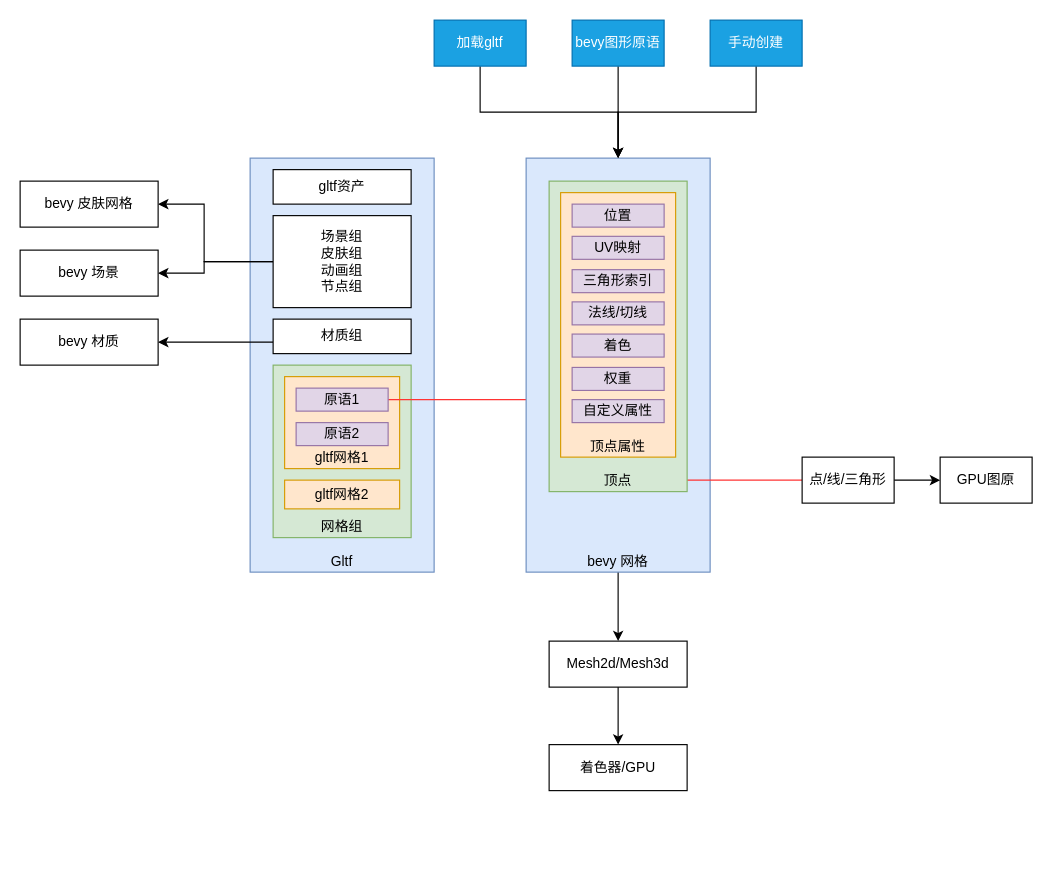
topkg/graph keeps this draw.io diagram as page "gltf" (4 of 4) of bevy-0.17.drawio. Above is the earlier version. Source tidied: cells renumbered, new cells numbered last; positions are measured from the earlier drawing's top-left corner, leaving out a move shared by most shapes. Both pictures are drawn from the tidied source at 115%, with x=0, y=0 at pixel (20, 20).
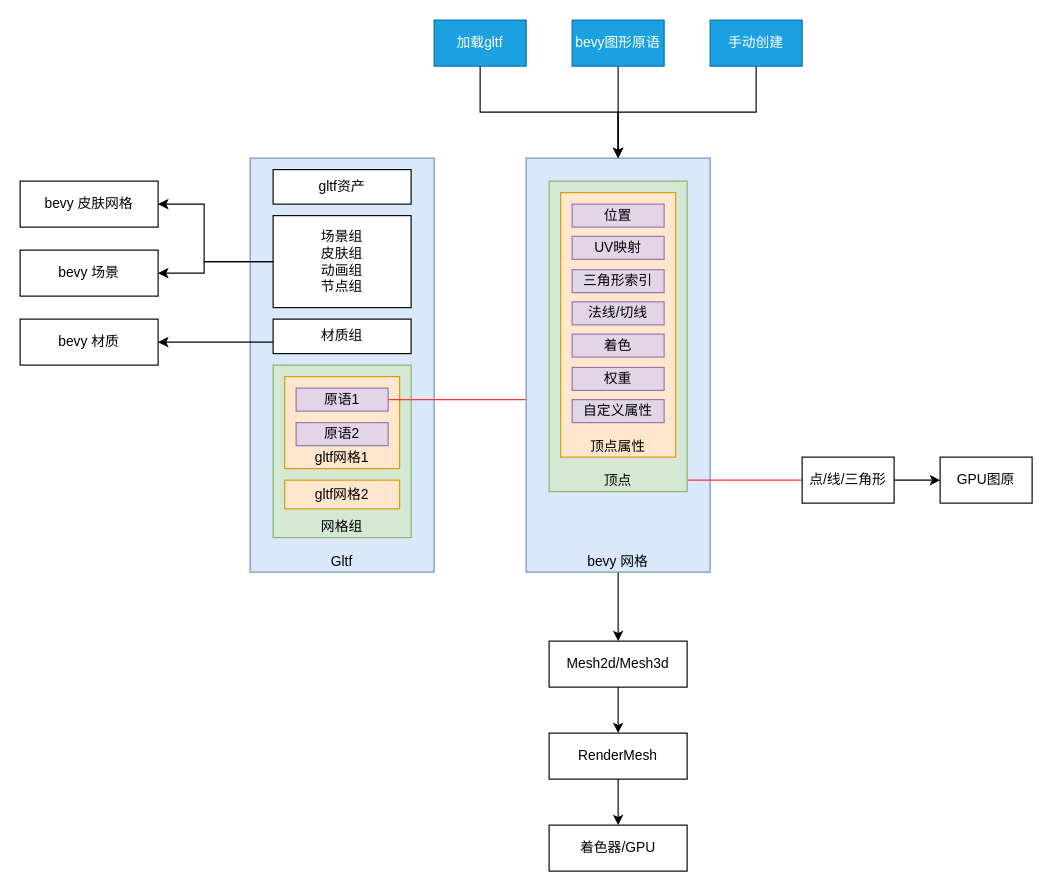
Above is the later version.

Change to the diagram source:
```diff
@@
+    <mxCell id="42" style="edgeStyle=orthogonalEdgeStyle;rounded=0;jettySize=auto;html=1;" parent="1" edge="1" source="28" target="43">
+      <mxGeometry relative="1" as="geometry" />
+    </mxCell>
-    <mxCell id="28" value="着色器/GPU" style="rounded=0;whiteSpace=wrap;html=1;" parent="1" vertex="1">
-      <mxGeometry x="460" y="630" width="120" height="40" as="geometry" />
+    <mxCell id="28" value="RenderMesh" style="rounded=0;whiteSpace=wrap;html=1;" parent="1" vertex="1">
+      <mxGeometry x="460" y="620" width="120" height="40" as="geometry" />
     </mxCell>
@@
+    <mxCell id="43" value="着色器/GPU" style="rounded=0;whiteSpace=wrap;html=1;" parent="1" vertex="1">
+      <mxGeometry x="460" y="700" width="120" height="40" as="geometry" />
+    </mxCell>
```
